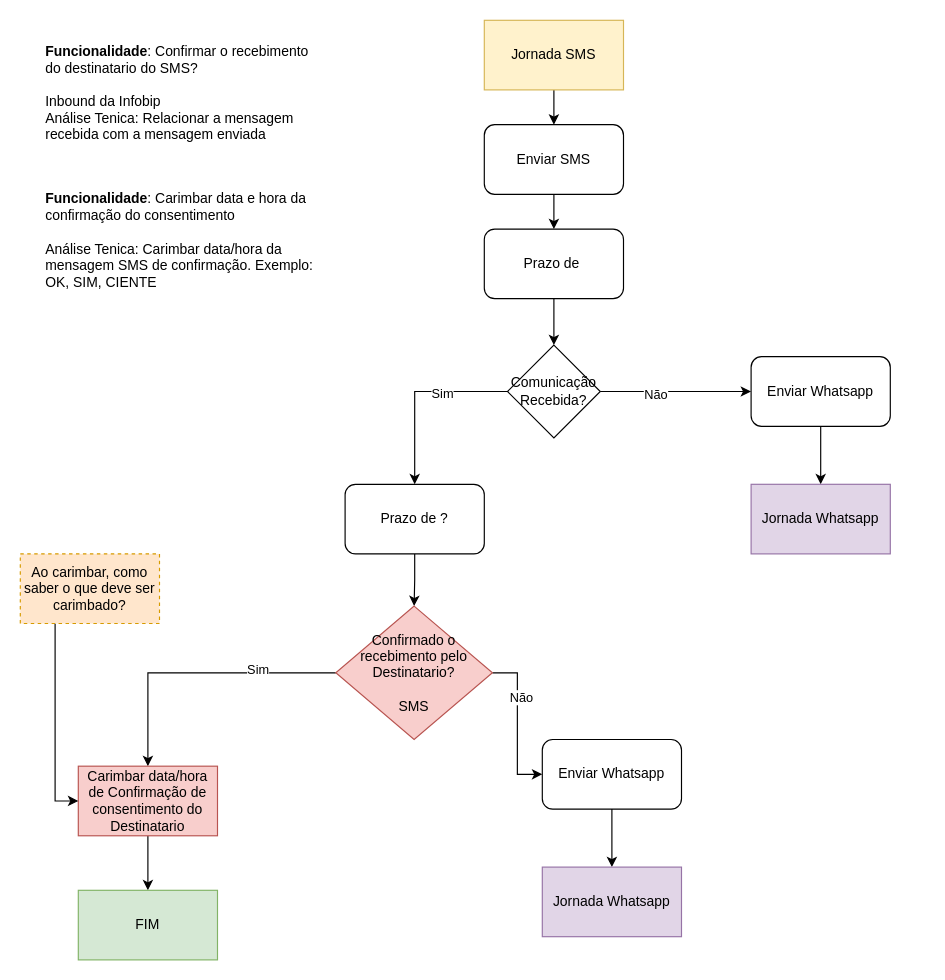
This is page "Desenho Jornada SMS" (5 of 8) of Diagrama Carimbo.drawio from caio-bueno/draws-valid, a draw.io file, before an edit. Source tidied: cells renumbered, new cells numbered last; positions are measured from the earlier drawing's top-left corner, leaving out a move shared by most shapes. Both pictures are drawn from the tidied source at 116%, with x=0, y=0 at pixel (20, 20).
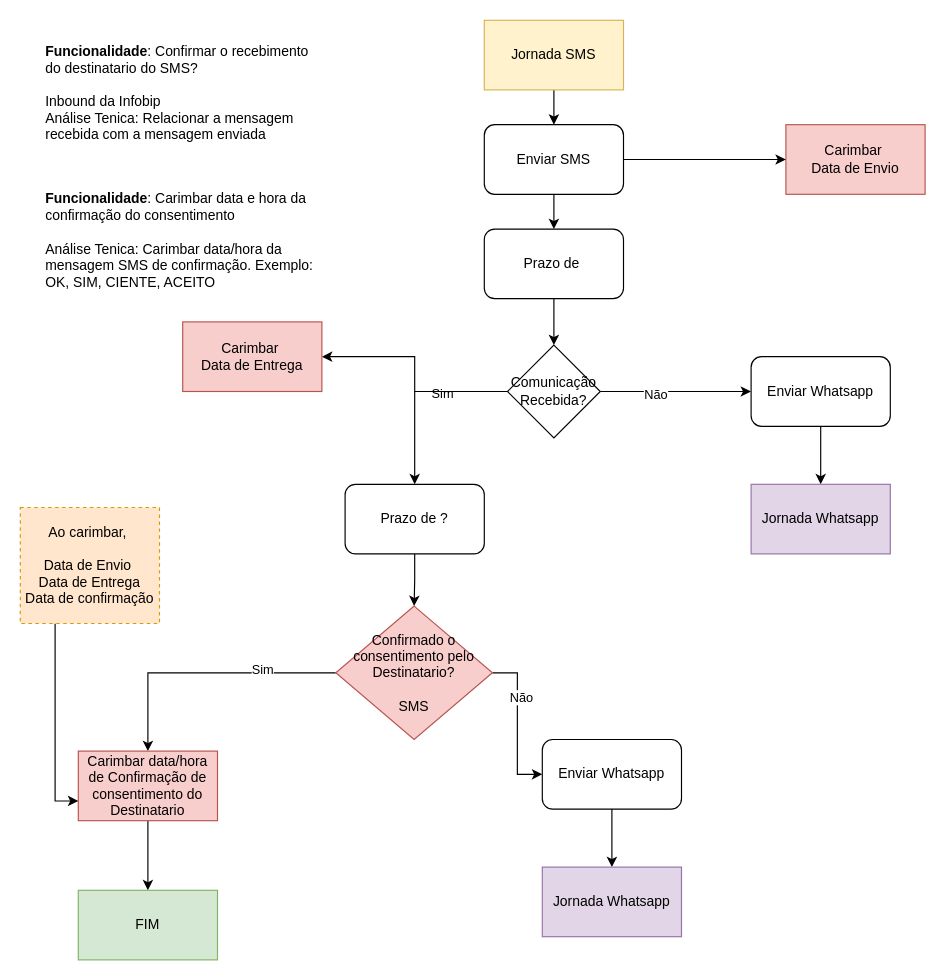
The same page after the edit.

The change refers to these unchanged cells:
```xml
<mxCell id="5" value="Enviar SMS" style="rounded=1;whiteSpace=wrap;html=1;" parent="1" vertex="1">
  <mxGeometry x="400" y="90" width="120" height="60" as="geometry" />
</mxCell>
<mxCell id="12" value="Comunicação Recebida?" style="rhombus;whiteSpace=wrap;html=1;" parent="1" vertex="1">
  <mxGeometry x="420" y="280" width="80" height="80" as="geometry" />
</mxCell>
```

Diff of the diagram source:
```diff
@@
+    <mxCell id="33" style="edgeStyle=orthogonalEdgeStyle;rounded=0;jettySize=auto;html=1;" parent="1" edge="1" source="12" target="36">
+      <mxGeometry relative="1" as="geometry" />
+    </mxCell>
@@
-    <mxCell id="21" value="Confirmado o recebimento pelo Destinatario?&lt;div&gt;&lt;br&gt;&lt;/div&gt;&lt;div&gt;SMS&lt;/div&gt;" style="rhombus;whiteSpace=wrap;html=1;fillColor=#f8cecc;strokeColor=#b85450;" parent="1" vertex="1">
+    <mxCell id="21" value="Confirmado o consentimento pelo Destinatario?&lt;div&gt;&lt;br&gt;&lt;/div&gt;&lt;div&gt;SMS&lt;/div&gt;" style="rhombus;whiteSpace=wrap;html=1;fillColor=#f8cecc;strokeColor=#b85450;" parent="1" vertex="1">
       <mxGeometry x="272" y="505" width="135" height="115" as="geometry" />
     </mxCell>
@@
     <mxCell id="27" value="Carimbar data/hora de Confirmação de consentimento do Destinatario" style="rounded=0;whiteSpace=wrap;html=1;fillColor=#f8cecc;strokeColor=#b85450;" parent="1" vertex="1">
-      <mxGeometry x="50" y="643" width="120" height="60" as="geometry" />
+      <mxGeometry x="50" y="630" width="120" height="60" as="geometry" />
     </mxCell>
@@
-    <mxCell id="30" value="Ao carimbar, como saber o que deve ser carimbado?" style="rounded=0;whiteSpace=wrap;html=1;fillColor=#ffe6cc;strokeColor=#d79b00;dashed=1;" parent="1" vertex="1">
-      <mxGeometry y="460" width="120" height="60" as="geometry" />
+    <mxCell id="30" value="Ao carimbar,&amp;nbsp;&lt;div&gt;&lt;br&gt;&lt;/div&gt;&lt;div&gt;Data de Envio&amp;nbsp;&lt;/div&gt;&lt;div&gt;Data de Entrega&lt;/div&gt;&lt;div&gt;Data de confirmação&lt;/div&gt;" style="rounded=0;whiteSpace=wrap;html=1;fillColor=#ffe6cc;strokeColor=#d79b00;dashed=1;" parent="1" vertex="1">
+      <mxGeometry y="420" width="120" height="100" as="geometry" />
     </mxCell>
@@
-    <mxCell id="32" value="&lt;b&gt;Funcionalidade&lt;/b&gt;: Carimbar data e hora da confirmação do consentimento&lt;div&gt;&lt;div&gt;&lt;br&gt;&lt;/div&gt;&lt;div&gt;Análise Tenica: Carimbar data/hora da mensagem SMS de confirmação. Exemplo: OK, SIM, CIENTE&lt;/div&gt;&lt;/div&gt;" style="text;html=1;align=left;verticalAlign=middle;whiteSpace=wrap;rounded=0;" parent="1" vertex="1">
+    <mxCell id="32" value="&lt;b&gt;Funcionalidade&lt;/b&gt;: Carimbar data e hora da confirmação do consentimento&lt;div&gt;&lt;div&gt;&lt;br&gt;&lt;/div&gt;&lt;div&gt;Análise Tenica: Carimbar data/hora da mensagem SMS de confirmação. Exemplo: OK, SIM, CIENTE, ACEITO&lt;/div&gt;&lt;/div&gt;" style="text;html=1;align=left;verticalAlign=middle;whiteSpace=wrap;rounded=0;" parent="1" vertex="1">
       <mxGeometry x="20" y="130" width="240" height="120" as="geometry" />
     </mxCell>
+    <mxCell id="34" value="Carimbar&amp;nbsp;&lt;div&gt;Data de Envio&lt;/div&gt;" style="rounded=0;whiteSpace=wrap;html=1;fillColor=#f8cecc;strokeColor=#b85450;" parent="1" vertex="1">
+      <mxGeometry x="660" y="90" width="120" height="60" as="geometry" />
+    </mxCell>
+    <mxCell id="35" style="edgeStyle=orthogonalEdgeStyle;rounded=0;jettySize=auto;html=1;" parent="1" edge="1" source="5" target="34">
+      <mxGeometry relative="1" as="geometry" />
+    </mxCell>
+    <mxCell id="36" value="Carimbar&amp;nbsp;&lt;div&gt;Data de Entrega&lt;/div&gt;" style="rounded=0;whiteSpace=wrap;html=1;fillColor=#f8cecc;strokeColor=#b85450;" parent="1" vertex="1">
+      <mxGeometry x="140" y="260" width="120" height="60" as="geometry" />
+    </mxCell>
```
